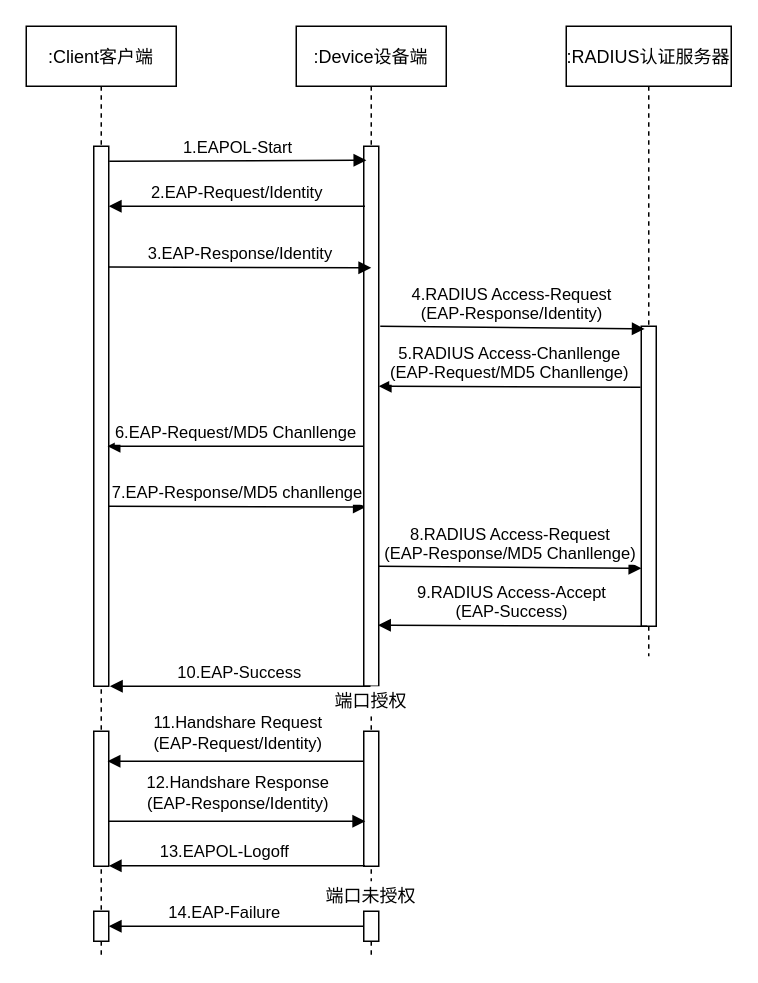
Earlier version of the draw.io diagram EAP中继认证方式的流程图.drawio (PATORITU/PATORITU). Source tidied: cells renumbered, new cells numbered last; positions are measured from the earlier drawing's top-left corner, leaving out a move shared by most shapes. Both pictures are drawn from the tidied source at 150%, with x=0, y=0 at pixel (26, 26).
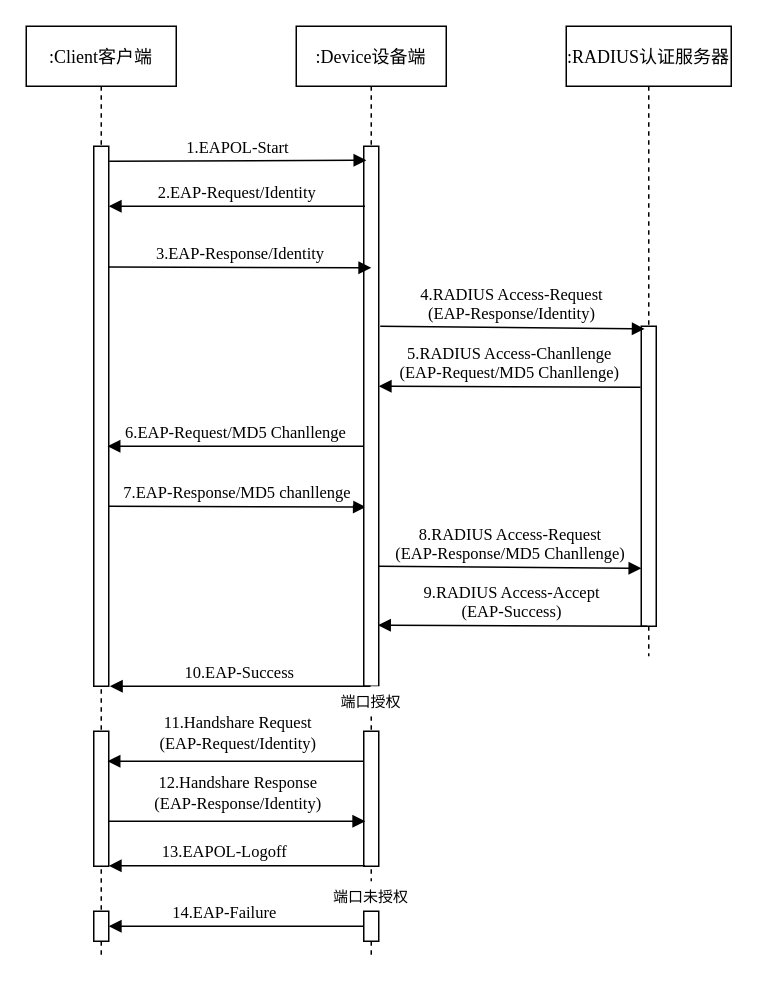
Above is the later version.

Commit message:
更新EAP中继认证方式的流程图.drawio

Diff of the diagram source:
```diff
@@
-    <mxCell id="2" value=":Client客户端" style="shape=umlLifeline;perimeter=lifelinePerimeter;rounded=0;shadow=0;strokeWidth=1;" parent="1" vertex="1">
+    <mxCell id="2" value=":Client客户端" style="shape=umlLifeline;perimeter=lifelinePerimeter;rounded=0;shadow=0;strokeWidth=1;fontFamily=Times New Roman;" parent="1" vertex="1">
       <mxGeometry width="100" height="620" as="geometry" />
     </mxCell>
-    <mxCell id="3" style="points=[];perimeter=orthogonalPerimeter;rounded=0;shadow=0;strokeWidth=1;" parent="2" vertex="1">
+    <mxCell id="3" style="points=[];perimeter=orthogonalPerimeter;rounded=0;shadow=0;strokeWidth=1;fontFamily=Times New Roman;" parent="2" vertex="1">
       <mxGeometry x="45" y="80" width="10" height="360" as="geometry" />
     </mxCell>
-    <mxCell id="4" value="6.EAP-Request/MD5 Chanllenge" style="verticalAlign=bottom;endArrow=block;shadow=0;strokeWidth=1;exitX=0.083;exitY=0.364;exitDx=0;exitDy=0;exitPerimeter=0;" parent="2" edge="1">
+    <mxCell id="4" value="6.EAP-Request/MD5 Chanllenge" style="verticalAlign=bottom;endArrow=block;shadow=0;strokeWidth=1;exitX=0.083;exitY=0.364;exitDx=0;exitDy=0;exitPerimeter=0;fontFamily=Times New Roman;" parent="2" edge="1">
       <mxGeometry relative="1" as="geometry">
         <mxPoint x="225" y="280" as="sourcePoint" />
         <mxPoint x="54.2" y="280" as="targetPoint" />
       </mxGeometry>
     </mxCell>
-    <mxCell id="5" value="7.EAP-Response/MD5 chanllenge" style="verticalAlign=bottom;endArrow=block;shadow=0;strokeWidth=1;entryX=0.137;entryY=0.668;entryDx=0;entryDy=0;entryPerimeter=0;" parent="2" edge="1" target="8">
+    <mxCell id="5" value="7.EAP-Response/MD5 chanllenge" style="verticalAlign=bottom;endArrow=block;shadow=0;strokeWidth=1;entryX=0.137;entryY=0.668;entryDx=0;entryDy=0;entryPerimeter=0;fontFamily=Times New Roman;" parent="2" edge="1" target="8">
       <mxGeometry relative="1" as="geometry">
         <mxPoint x="55" y="320" as="sourcePoint" />
       </mxGeometry>
     </mxCell>
-    <mxCell id="6" style="perimeter=orthogonalPerimeter;rounded=0;shadow=0;strokeWidth=1;" parent="2" vertex="1">
+    <mxCell id="6" style="perimeter=orthogonalPerimeter;rounded=0;shadow=0;strokeWidth=1;fontFamily=Times New Roman;" parent="2" vertex="1">
       <mxGeometry x="45" y="590" width="10" height="20" as="geometry" />
     </mxCell>
-    <mxCell id="7" value=":Device设备端" style="shape=umlLifeline;perimeter=lifelinePerimeter;rounded=0;shadow=0;strokeWidth=1;" parent="1" vertex="1">
+    <mxCell id="7" value=":Device设备端" style="shape=umlLifeline;perimeter=lifelinePerimeter;rounded=0;shadow=0;strokeWidth=1;fontFamily=Times New Roman;" parent="1" vertex="1">
       <mxGeometry x="180" width="100" height="620" as="geometry" />
     </mxCell>
-    <mxCell id="8" style="points=[];perimeter=orthogonalPerimeter;rounded=0;shadow=0;strokeWidth=1;" parent="7" vertex="1">
+    <mxCell id="8" style="points=[];perimeter=orthogonalPerimeter;rounded=0;shadow=0;strokeWidth=1;fontFamily=Times New Roman;" parent="7" vertex="1">
       <mxGeometry x="45" y="80" width="10" height="360" as="geometry" />
     </mxCell>
-    <mxCell id="9" value="3.EAP-Response/Identity" style="verticalAlign=bottom;endArrow=block;shadow=0;strokeWidth=1;" parent="7" edge="1">
+    <mxCell id="9" value="3.EAP-Response/Identity" style="verticalAlign=bottom;endArrow=block;shadow=0;strokeWidth=1;fontFamily=Times New Roman;" parent="7" edge="1">
       <mxGeometry relative="1" as="geometry">
         <mxPoint x="-125" y="160.5" as="sourcePoint" />
         <mxPoint x="50" y="161" as="targetPoint" />
       </mxGeometry>
     </mxCell>
-    <mxCell id="10" value="5.RADIUS Access-Chanllenge&#10;(EAP-Request/MD5 Chanllenge)" style="verticalAlign=bottom;endArrow=block;shadow=0;strokeWidth=1;exitX=-0.051;exitY=0.203;exitDx=0;exitDy=0;exitPerimeter=0;" parent="7" edge="1" source="17">
+    <mxCell id="10" value="5.RADIUS Access-Chanllenge&#10;(EAP-Request/MD5 Chanllenge)" style="verticalAlign=bottom;endArrow=block;shadow=0;strokeWidth=1;exitX=-0.051;exitY=0.203;exitDx=0;exitDy=0;exitPerimeter=0;fontFamily=Times New Roman;" parent="7" edge="1" source="17">
       <mxGeometry relative="1" as="geometry">
         <mxPoint x="55" y="240" as="targetPoint" />
       </mxGeometry>
     </mxCell>
-    <mxCell id="11" value="8.RADIUS Access-Request&#10;(EAP-Response/MD5 Chanllenge)" style="verticalAlign=bottom;endArrow=block;shadow=0;strokeWidth=1;entryX=0.008;entryY=0.807;entryDx=0;entryDy=0;entryPerimeter=0;" parent="7" edge="1" target="17">
+    <mxCell id="11" value="8.RADIUS Access-Request&#10;(EAP-Response/MD5 Chanllenge)" style="verticalAlign=bottom;endArrow=block;shadow=0;strokeWidth=1;entryX=0.008;entryY=0.807;entryDx=0;entryDy=0;entryPerimeter=0;fontFamily=Times New Roman;" parent="7" edge="1" target="17">
       <mxGeometry relative="1" as="geometry">
         <mxPoint x="55" y="360" as="sourcePoint" />
       </mxGeometry>
     </mxCell>
-    <mxCell id="12" value="端口授权" style="rounded=0;whiteSpace=wrap;html=1;strokeColor=none;" parent="7" vertex="1">
+    <mxCell id="12" value="端口授权" style="rounded=0;whiteSpace=wrap;html=1;strokeColor=none;fontFamily=Times New Roman;fontSize=10;" parent="7" vertex="1">
       <mxGeometry y="440" width="100" height="20" as="geometry" />
     </mxCell>
-    <mxCell id="13" value="端口未授权" style="rounded=0;whiteSpace=wrap;html=1;strokeColor=none;" parent="7" vertex="1">
+    <mxCell id="13" value="&lt;font style=&quot;font-size: 10px;&quot;&gt;端口未授权&lt;/font&gt;" style="rounded=0;whiteSpace=wrap;html=1;strokeColor=none;fontFamily=Times New Roman;" parent="7" vertex="1">
       <mxGeometry y="570" width="100" height="20" as="geometry" />
     </mxCell>
-    <mxCell id="14" value="1.EAPOL-Start" style="verticalAlign=bottom;endArrow=block;entryX=0.175;entryY=0.026;shadow=0;strokeWidth=1;exitX=1.032;exitY=0.028;exitDx=0;exitDy=0;exitPerimeter=0;entryDx=0;entryDy=0;entryPerimeter=0;" parent="1" edge="1" source="3" target="8">
+    <mxCell id="14" value="1.EAPOL-Start" style="verticalAlign=bottom;endArrow=block;entryX=0.175;entryY=0.026;shadow=0;strokeWidth=1;exitX=1.032;exitY=0.028;exitDx=0;exitDy=0;exitPerimeter=0;entryDx=0;entryDy=0;entryPerimeter=0;fontFamily=Times New Roman;" parent="1" edge="1" source="3" target="8">
       <mxGeometry relative="1" as="geometry" />
     </mxCell>
-    <mxCell id="15" value="2.EAP-Request/Identity" style="verticalAlign=bottom;endArrow=block;shadow=0;strokeWidth=1;exitX=0.083;exitY=0.364;exitDx=0;exitDy=0;exitPerimeter=0;" parent="1" edge="1">
+    <mxCell id="15" value="2.EAP-Request/Identity" style="verticalAlign=bottom;endArrow=block;shadow=0;strokeWidth=1;exitX=0.083;exitY=0.364;exitDx=0;exitDy=0;exitPerimeter=0;fontFamily=Times New Roman;" parent="1" edge="1">
       <mxGeometry relative="1" as="geometry">
         <mxPoint x="225.8" y="120" as="sourcePoint" />
         <mxPoint x="55" y="120" as="targetPoint" />
       </mxGeometry>
     </mxCell>
-    <mxCell id="16" value=":RADIUS认证服务器" style="shape=umlLifeline;perimeter=lifelinePerimeter;rounded=0;shadow=0;strokeWidth=1;" parent="1" vertex="1">
+    <mxCell id="16" value=":RADIUS认证服务器" style="shape=umlLifeline;perimeter=lifelinePerimeter;rounded=0;shadow=0;strokeWidth=1;fontFamily=Times New Roman;" parent="1" vertex="1">
       <mxGeometry x="360" width="110" height="420" as="geometry" />
     </mxCell>
-    <mxCell id="17" style="points=[];perimeter=orthogonalPerimeter;rounded=0;shadow=0;strokeWidth=1;" parent="16" vertex="1">
+    <mxCell id="17" style="points=[];perimeter=orthogonalPerimeter;rounded=0;shadow=0;strokeWidth=1;fontFamily=Times New Roman;" parent="16" vertex="1">
       <mxGeometry x="50" y="200" width="10" height="200" as="geometry" />
     </mxCell>
-    <mxCell id="18" value="4.RADIUS Access-Request&#10;(EAP-Response/Identity)" style="verticalAlign=bottom;endArrow=block;shadow=0;strokeWidth=1;entryX=0.23;entryY=0.009;entryDx=0;entryDy=0;entryPerimeter=0;" parent="1" edge="1" target="17">
+    <mxCell id="18" value="4.RADIUS Access-Request&#10;(EAP-Response/Identity)" style="verticalAlign=bottom;endArrow=block;shadow=0;strokeWidth=1;entryX=0.23;entryY=0.009;entryDx=0;entryDy=0;entryPerimeter=0;fontFamily=Times New Roman;" parent="1" edge="1" target="17">
       <mxGeometry relative="1" as="geometry">
         <mxPoint x="236" y="200" as="sourcePoint" />
       </mxGeometry>
     </mxCell>
-    <mxCell id="19" value="9.RADIUS Access-Accept&#10;(EAP-Success)" style="verticalAlign=bottom;endArrow=block;shadow=0;strokeWidth=1;exitX=-0.051;exitY=0.203;exitDx=0;exitDy=0;exitPerimeter=0;entryX=0.952;entryY=0.887;entryDx=0;entryDy=0;entryPerimeter=0;" parent="1" edge="1" target="8">
+    <mxCell id="19" value="9.RADIUS Access-Accept&#10;(EAP-Success)" style="verticalAlign=bottom;endArrow=block;shadow=0;strokeWidth=1;exitX=-0.051;exitY=0.203;exitDx=0;exitDy=0;exitPerimeter=0;entryX=0.952;entryY=0.887;entryDx=0;entryDy=0;entryPerimeter=0;fontFamily=Times New Roman;" parent="1" edge="1" target="8">
       <mxGeometry relative="1" as="geometry">
         <mxPoint x="414" y="400" as="sourcePoint" />
       </mxGeometry>
     </mxCell>
-    <mxCell id="20" value="10.EAP-Success" style="verticalAlign=bottom;endArrow=block;shadow=0;strokeWidth=1;entryX=1.076;entryY=1;entryDx=0;entryDy=0;entryPerimeter=0;" parent="1" edge="1" source="7" target="3">
+    <mxCell id="20" value="10.EAP-Success" style="verticalAlign=bottom;endArrow=block;shadow=0;strokeWidth=1;entryX=1.076;entryY=1;entryDx=0;entryDy=0;entryPerimeter=0;fontFamily=Times New Roman;" parent="1" edge="1" source="7" target="3">
       <mxGeometry relative="1" as="geometry" />
     </mxCell>
-    <mxCell id="21" style="perimeter=orthogonalPerimeter;rounded=0;shadow=0;strokeWidth=1;" parent="1" vertex="1">
+    <mxCell id="21" style="perimeter=orthogonalPerimeter;rounded=0;shadow=0;strokeWidth=1;fontFamily=Times New Roman;" parent="1" vertex="1">
       <mxGeometry x="45" y="470" width="10" height="90" as="geometry" />
     </mxCell>
-    <mxCell id="22" style="perimeter=orthogonalPerimeter;rounded=0;shadow=0;strokeWidth=1;" parent="1" vertex="1">
+    <mxCell id="22" style="perimeter=orthogonalPerimeter;rounded=0;shadow=0;strokeWidth=1;fontFamily=Times New Roman;" parent="1" vertex="1">
       <mxGeometry x="225" y="470" width="10" height="90" as="geometry" />
     </mxCell>
-    <mxCell id="23" style="verticalAlign=bottom;endArrow=block;shadow=0;strokeWidth=1;exitX=0.083;exitY=0.364;exitDx=0;exitDy=0;exitPerimeter=0;" parent="1" edge="1">
+    <mxCell id="23" style="verticalAlign=bottom;endArrow=block;shadow=0;strokeWidth=1;exitX=0.083;exitY=0.364;exitDx=0;exitDy=0;exitPerimeter=0;fontFamily=Times New Roman;" parent="1" edge="1">
       <mxGeometry relative="1" as="geometry">
         <mxPoint x="225" y="490" as="sourcePoint" />
         <mxPoint x="54.2" y="490" as="targetPoint" />
       </mxGeometry>
     </mxCell>
-    <mxCell id="24" value="11.Handshare Request&lt;br&gt;(EAP-Request/Identity)" style="edgeLabel;html=1;align=center;verticalAlign=middle;" parent="23" vertex="1">
+    <mxCell id="24" value="11.Handshare Request&lt;br&gt;(EAP-Request/Identity)" style="edgeLabel;html=1;align=center;verticalAlign=middle;fontFamily=Times New Roman;" parent="23" vertex="1">
       <mxGeometry x="0.15" relative="1" as="geometry">
         <mxPoint x="13" y="-20" as="offset" />
       </mxGeometry>
     </mxCell>
-    <mxCell id="25" style="verticalAlign=bottom;endArrow=block;shadow=0;strokeWidth=1;entryX=0.137;entryY=0.668;entryDx=0;entryDy=0;entryPerimeter=0;" parent="1" edge="1">
+    <mxCell id="25" style="verticalAlign=bottom;endArrow=block;shadow=0;strokeWidth=1;entryX=0.137;entryY=0.668;entryDx=0;entryDy=0;entryPerimeter=0;fontFamily=Times New Roman;" parent="1" edge="1">
       <mxGeometry relative="1" as="geometry">
         <mxPoint x="55" y="530" as="sourcePoint" />
         <mxPoint x="226" y="530" as="targetPoint" />
       </mxGeometry>
     </mxCell>
-    <mxCell id="26" value="12.Handshare Response&lt;br&gt;(EAP-Response/Identity)" style="edgeLabel;html=1;align=center;verticalAlign=middle;" parent="25" vertex="1">
+    <mxCell id="26" value="12.Handshare Response&lt;br&gt;(EAP-Response/Identity)" style="edgeLabel;html=1;align=center;verticalAlign=middle;fontFamily=Times New Roman;" parent="25" vertex="1">
       <mxGeometry x="-0.15" relative="1" as="geometry">
         <mxPoint x="12" y="-20" as="offset" />
       </mxGeometry>
     </mxCell>
-    <mxCell id="27" style="verticalAlign=bottom;endArrow=block;shadow=0;strokeWidth=1;exitX=0.083;exitY=0.364;exitDx=0;exitDy=0;exitPerimeter=0;" parent="1" edge="1">
+    <mxCell id="27" style="verticalAlign=bottom;endArrow=block;shadow=0;strokeWidth=1;exitX=0.083;exitY=0.364;exitDx=0;exitDy=0;exitPerimeter=0;fontFamily=Times New Roman;" parent="1" edge="1">
       <mxGeometry relative="1" as="geometry">
         <mxPoint x="225.8" y="559.7" as="sourcePoint" />
         <mxPoint x="55" y="559.7" as="targetPoint" />
       </mxGeometry>
     </mxCell>
-    <mxCell id="28" value="13.EAPOL-Logoff" style="edgeLabel;html=1;align=center;verticalAlign=middle;" parent="27" vertex="1">
+    <mxCell id="28" value="13.EAPOL-Logoff" style="edgeLabel;html=1;align=center;verticalAlign=middle;fontFamily=Times New Roman;" parent="27" vertex="1">
       <mxGeometry x="0.1" y="-1" relative="1" as="geometry">
         <mxPoint y="-9" as="offset" />
       </mxGeometry>
     </mxCell>
-    <mxCell id="29" style="verticalAlign=bottom;endArrow=block;shadow=0;strokeWidth=1;exitX=0.083;exitY=0.364;exitDx=0;exitDy=0;exitPerimeter=0;" parent="1" edge="1">
+    <mxCell id="29" style="verticalAlign=bottom;endArrow=block;shadow=0;strokeWidth=1;exitX=0.083;exitY=0.364;exitDx=0;exitDy=0;exitPerimeter=0;fontFamily=Times New Roman;" parent="1" edge="1">
       <mxGeometry relative="1" as="geometry">
         <mxPoint x="225.8" y="600" as="sourcePoint" />
         <mxPoint x="55" y="600" as="targetPoint" />
       </mxGeometry>
     </mxCell>
-    <mxCell id="30" value="14.EAP-Failure" style="edgeLabel;html=1;align=center;verticalAlign=middle;" parent="29" vertex="1">
+    <mxCell id="30" value="14.EAP-Failure" style="edgeLabel;html=1;align=center;verticalAlign=middle;fontFamily=Times New Roman;" parent="29" vertex="1">
       <mxGeometry x="0.1" y="-2" relative="1" as="geometry">
         <mxPoint y="-8" as="offset" />
       </mxGeometry>
     </mxCell>
-    <mxCell id="31" style="perimeter=orthogonalPerimeter;rounded=0;shadow=0;strokeWidth=1;" parent="1" vertex="1">
+    <mxCell id="31" style="perimeter=orthogonalPerimeter;rounded=0;shadow=0;strokeWidth=1;fontFamily=Times New Roman;" parent="1" vertex="1">
       <mxGeometry x="225" y="590" width="10" height="20" as="geometry" />
     </mxCell>
```
